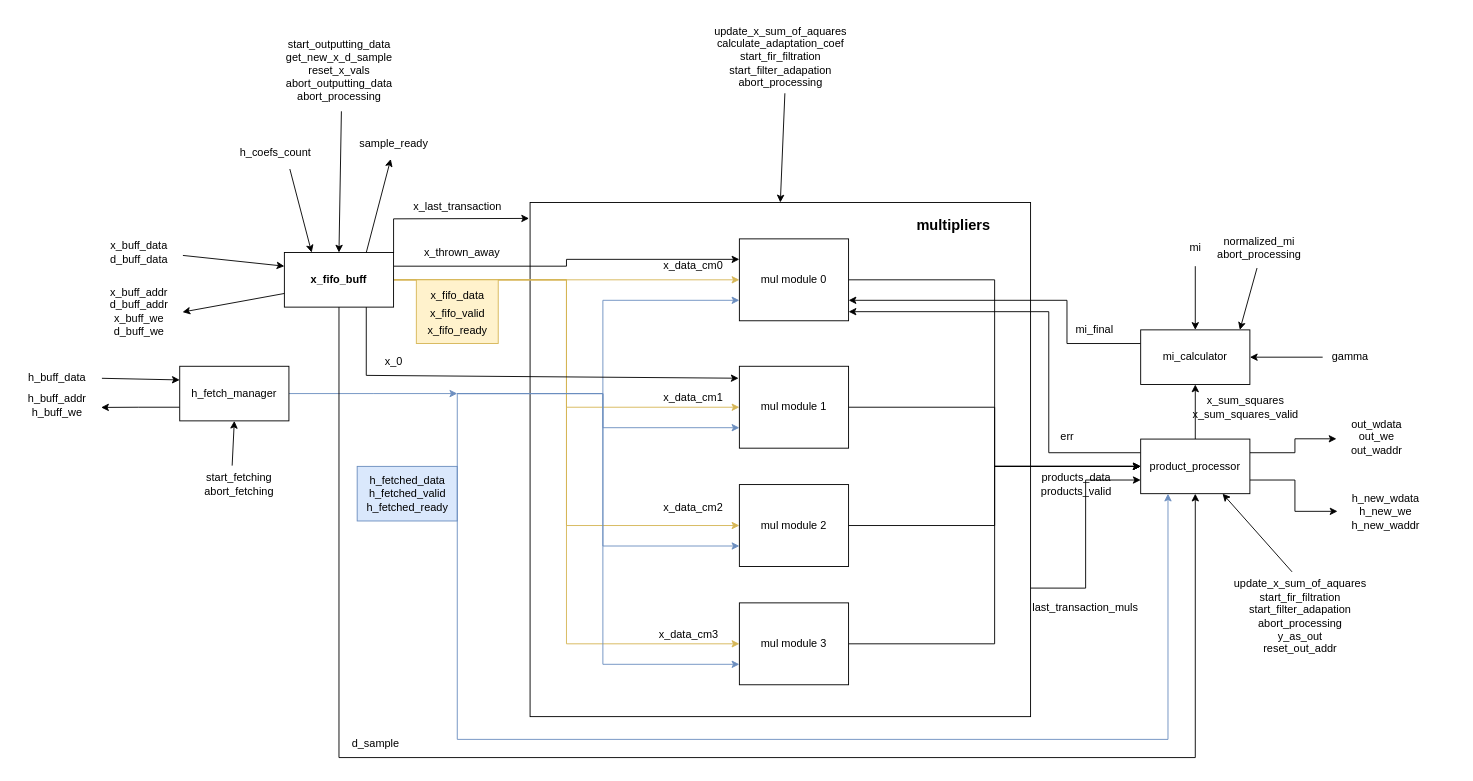
The draw.io diagram page "datapath schematic" (2 of 3) of docs/schematics.drawio in Nowiczok/nlms_filter_acc, before the edit. Source tidied: cells renumbered, new cells numbered last; positions are measured from the earlier drawing's top-left corner, leaving out a move shared by most shapes. Both pictures are drawn from the tidied source at 91%, with x=0, y=0 at pixel (15, 15).
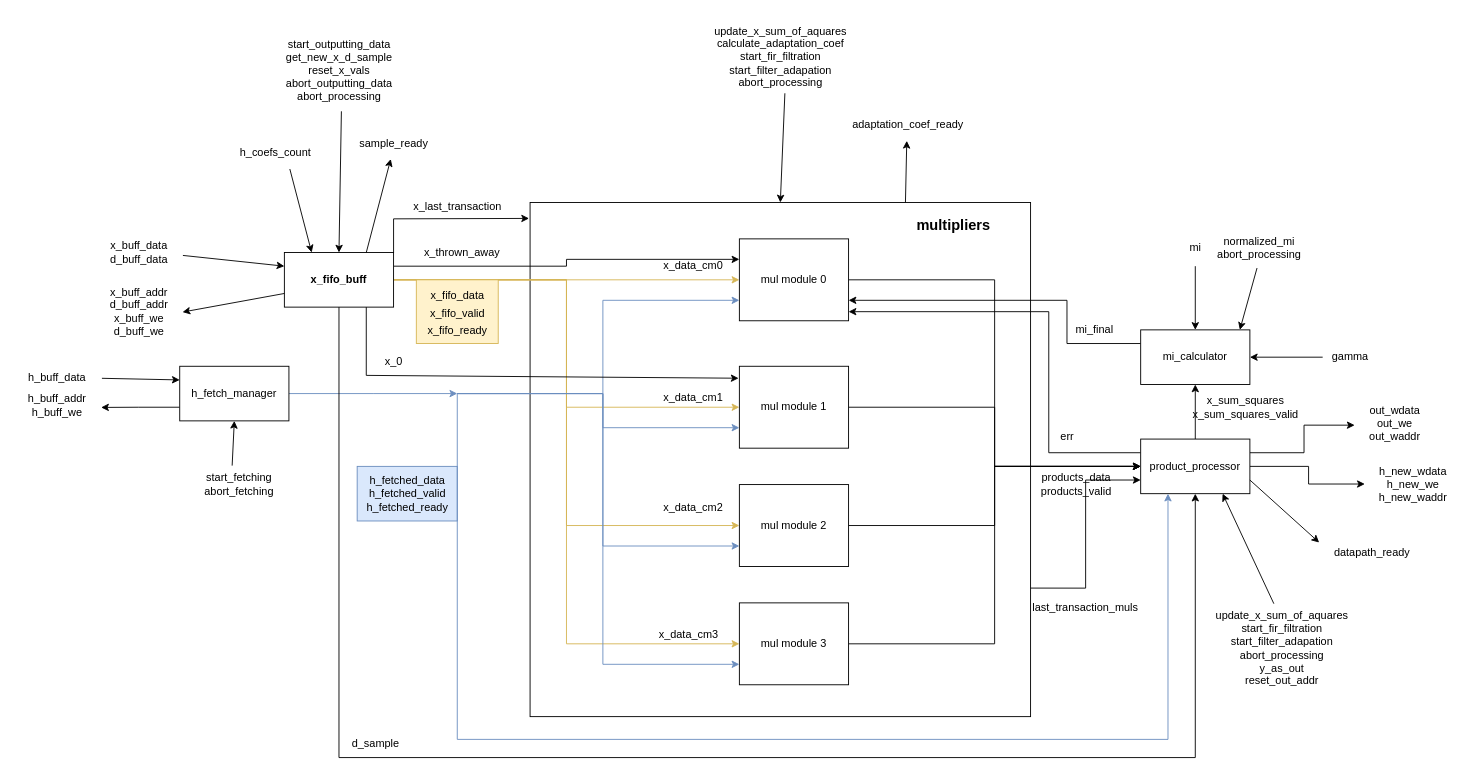
After the change.

Commit message (it also covers changes not shown here):
initial version of control FSM schematic and description, minor changes in datapath schematic and description

Unchanged cells that the change refers to:
```xml
<mxCell id="3" style="rounded=0;whiteSpace=wrap;html=1;" parent="1" vertex="1">
  <mxGeometry x="565" y="205" width="550" height="565" as="geometry" />
</mxCell>
<mxCell id="28" value="product_processor" style="rounded=0;whiteSpace=wrap;html=1;" parent="1" vertex="1">
  <mxGeometry x="1236" y="465" width="120" height="60" as="geometry" />
</mxCell>
```

Diff of the diagram source:
```diff
@@
-    <mxCell id="25" style="edgeStyle=orthogonalEdgeStyle;rounded=0;jettySize=auto;html=1;exitX=1;exitY=0.75;exitDx=0;exitDy=0;entryX=-0.027;entryY=0.49;entryDx=0;entryDy=0;entryPerimeter=0;" parent="1" edge="1" source="28" target="33">
+    <mxCell id="25" style="edgeStyle=orthogonalEdgeStyle;rounded=0;jettySize=auto;html=1;exitX=1;exitY=0.5;exitDx=0;exitDy=0;entryX=-0.027;entryY=0.49;entryDx=0;entryDy=0;entryPerimeter=0;" parent="1" edge="1" source="28" target="33">
       <mxGeometry relative="1" as="geometry" />
     </mxCell>
@@
     <mxCell id="33" value="h_new_wdata&lt;br&gt;h_new_we&lt;br&gt;h_new_waddr" style="text;html=1;align=center;verticalAlign=middle;points=[];strokeColor=none;fillColor=none;" parent="1" vertex="1">
-      <mxGeometry x="1455" y="515" width="100" height="60" as="geometry" />
+      <mxGeometry x="1485" y="485" width="100" height="60" as="geometry" />
     </mxCell>
@@
     <mxCell id="74" value="out_wdata&lt;br&gt;out_we&lt;br&gt;out_waddr" style="text;html=1;align=center;verticalAlign=middle;points=[];strokeColor=none;fillColor=none;" parent="1" vertex="1">
-      <mxGeometry x="1455" y="432.5" width="80" height="60" as="geometry" />
+      <mxGeometry x="1475" y="417.5" width="80" height="60" as="geometry" />
     </mxCell>
     <mxCell id="75" value="update_x_sum_of_aquares&lt;br&gt;start_fir_filtration&lt;br&gt;start_filter_adapation&lt;br&gt;abort_processing&lt;br&gt;y_as_out&lt;br&gt;reset_out_addr" style="text;html=1;align=center;verticalAlign=middle;points=[];strokeColor=none;fillColor=none;fontSize=12;" parent="1" vertex="1">
-      <mxGeometry x="1326" y="610" width="170" height="100" as="geometry" />
+      <mxGeometry x="1306" y="645" width="170" height="100" as="geometry" />
     </mxCell>
@@
+    <mxCell id="79" style="endArrow=classic;html=1;rounded=0;exitX=1;exitY=0.75;exitDx=0;exitDy=0;entryX=-0.026;entryY=0.123;entryDx=0;entryDy=0;entryPerimeter=0;" parent="1" edge="1" source="28" target="80">
+      <mxGeometry relative="1" as="geometry" />
+    </mxCell>
+    <mxCell id="80" value="datapath_ready" style="text;html=1;align=center;verticalAlign=middle;points=[];strokeColor=none;fillColor=none;" parent="1" vertex="1">
+      <mxGeometry x="1435" y="575" width="110" height="30" as="geometry" />
+    </mxCell>
+    <mxCell id="81" style="endArrow=classic;html=1;rounded=0;exitX=0.75;exitY=0;exitDx=0;exitDy=0;entryX=0.493;entryY=1.075;entryDx=0;entryDy=0;entryPerimeter=0;" parent="1" edge="1" source="3" target="82">
+      <mxGeometry relative="1" as="geometry" />
+    </mxCell>
+    <mxCell id="82" value="adaptation_coef_ready" style="text;html=1;align=center;verticalAlign=middle;points=[];strokeColor=none;fillColor=none;" parent="1" vertex="1">
+      <mxGeometry x="905" y="105" width="150" height="30" as="geometry" />
+    </mxCell>
```
